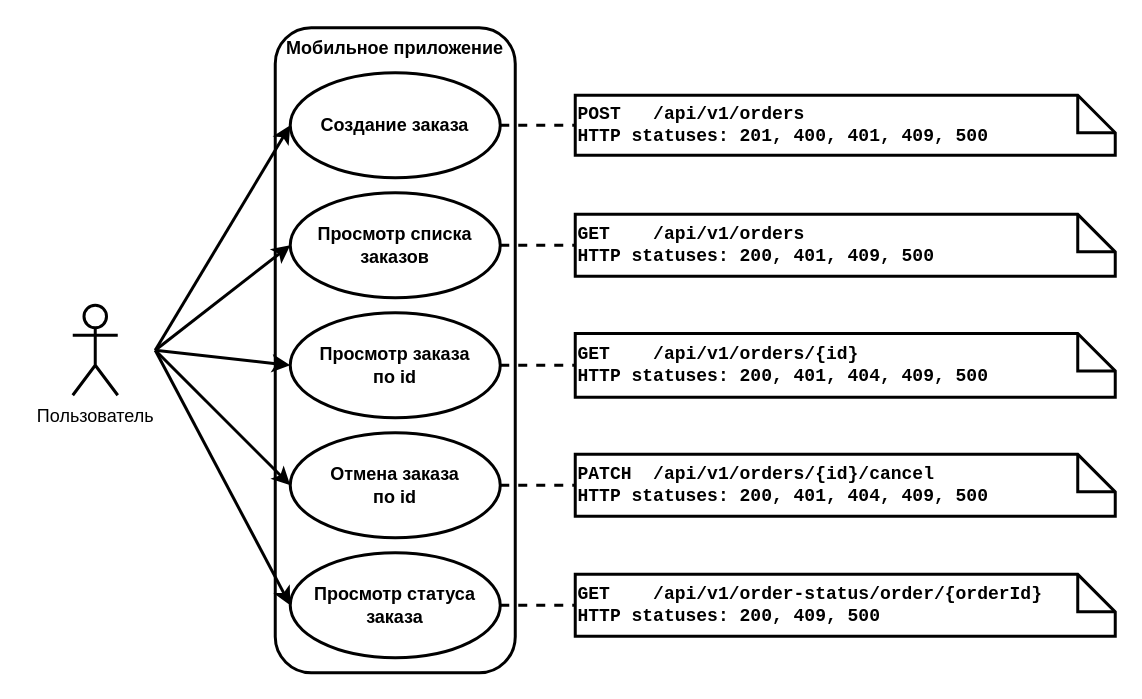
The draw.io diagram sources/images/UML/UML_precedent_order_items.drawio in Pavel-Innokentevich-Galanin/dp_report, before the edit. Source tidied: cells renumbered, new cells numbered last; positions are measured from the earlier drawing's top-left corner, leaving out a move shared by most shapes. Both pictures are drawn from the tidied source at 150%, with x=0, y=0 at pixel (34, 27).
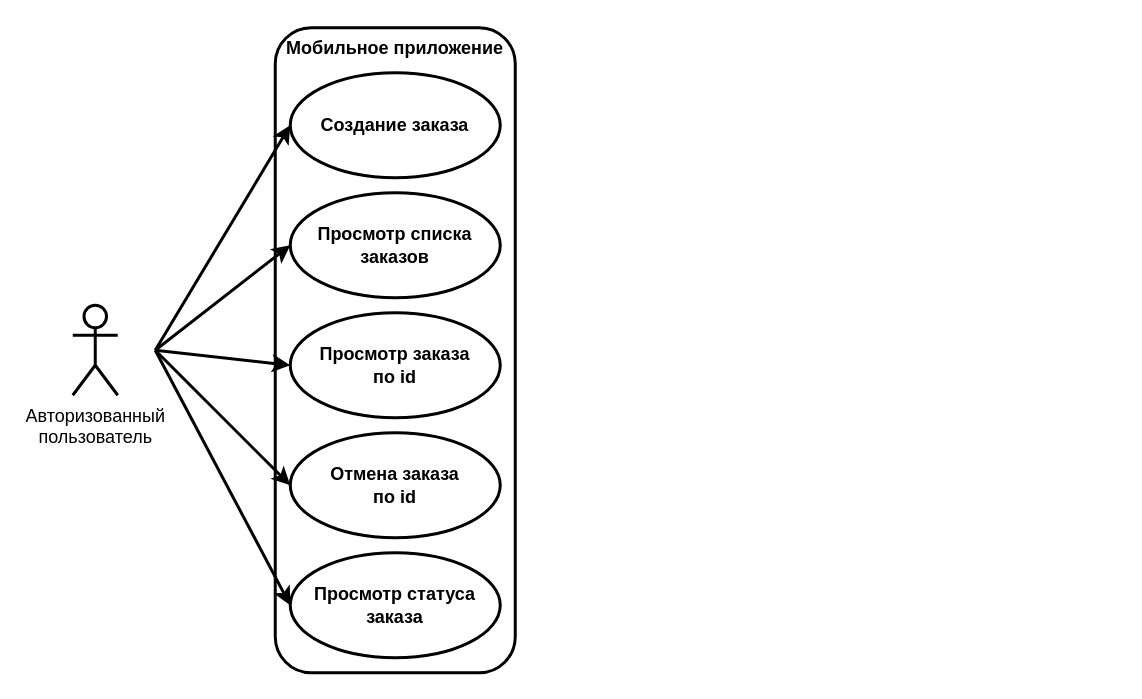
After the change.

Unchanged cells that the change refers to:
```xml
<mxCell id="6" value="Создание заказа" style="ellipse;whiteSpace=wrap;html=1;fontStyle=1;strokeWidth=2;" parent="1" vertex="1">
  <mxGeometry x="170" y="30" width="140" height="70" as="geometry" />
</mxCell>
<mxCell id="8" value="Просмотр списка заказов" style="ellipse;whiteSpace=wrap;html=1;fontStyle=1;strokeWidth=2;" parent="1" vertex="1">
  <mxGeometry x="170" y="110" width="140" height="70" as="geometry" />
</mxCell>
<mxCell id="10" value="Просмотр заказа&lt;br&gt;по id" style="ellipse;whiteSpace=wrap;html=1;fontStyle=1;strokeWidth=2;" parent="1" vertex="1">
  <mxGeometry x="170" y="190" width="140" height="70" as="geometry" />
</mxCell>
<mxCell id="12" value="Отмена заказа&lt;br&gt;по id" style="ellipse;whiteSpace=wrap;html=1;fontStyle=1;strokeWidth=2;" parent="1" vertex="1">
  <mxGeometry x="170" y="270" width="140" height="70" as="geometry" />
</mxCell>
<mxCell id="14" value="Просмотр статуса заказа" style="ellipse;whiteSpace=wrap;html=1;fontStyle=1;strokeWidth=2;" parent="1" vertex="1">
  <mxGeometry x="170" y="350" width="140" height="70" as="geometry" />
</mxCell>
```

The edit, as a diff of the source:
```diff
@@
-    <mxCell id="3" value="Пользователь" style="shape=umlActor;verticalLabelPosition=bottom;verticalAlign=top;html=1;strokeWidth=2;" parent="1" vertex="1">
+    <mxCell id="3" value="Авторизованный&lt;br&gt;пользователь" style="shape=umlActor;verticalLabelPosition=bottom;verticalAlign=top;html=1;strokeWidth=2;" parent="1" vertex="1">
       <mxGeometry x="25" y="185" width="30" height="60" as="geometry" />
     </mxCell>
@@
-    <mxCell id="5" style="rounded=0;jettySize=auto;html=1;exitX=1;exitY=0.5;exitDx=0;exitDy=0;entryX=0;entryY=0.5;entryDx=0;entryDy=0;entryPerimeter=0;dashed=1;strokeWidth=2;endArrow=none;endFill=0;" parent="1" edge="1" source="6" target="20">
-      <mxGeometry relative="1" as="geometry" />
-    </mxCell>
@@
-    <mxCell id="7" style="rounded=0;jettySize=auto;html=1;exitX=1;exitY=0.5;exitDx=0;exitDy=0;entryX=0;entryY=0.5;entryDx=0;entryDy=0;entryPerimeter=0;dashed=1;endArrow=none;endFill=0;strokeWidth=2;" parent="1" edge="1" source="8" target="21">
-      <mxGeometry relative="1" as="geometry" />
-    </mxCell>
@@
-    <mxCell id="9" style="rounded=0;jettySize=auto;html=1;exitX=1;exitY=0.5;exitDx=0;exitDy=0;entryX=0;entryY=0.5;entryDx=0;entryDy=0;entryPerimeter=0;dashed=1;strokeWidth=2;endArrow=none;endFill=0;" parent="1" edge="1" source="10" target="22">
-      <mxGeometry relative="1" as="geometry" />
-    </mxCell>
@@
-    <mxCell id="11" style="rounded=0;jettySize=auto;html=1;exitX=1;exitY=0.5;exitDx=0;exitDy=0;entryX=0;entryY=0.5;entryDx=0;entryDy=0;entryPerimeter=0;dashed=1;endArrow=none;endFill=0;strokeWidth=2;" parent="1" edge="1" source="12" target="23">
-      <mxGeometry relative="1" as="geometry" />
-    </mxCell>
@@
-    <mxCell id="13" style="rounded=0;jettySize=auto;html=1;exitX=1;exitY=0.5;exitDx=0;exitDy=0;dashed=1;strokeWidth=2;endArrow=none;endFill=0;" parent="1" edge="1" source="14" target="24">
-      <mxGeometry relative="1" as="geometry" />
-    </mxCell>
@@
-    <mxCell id="20" value="POST&amp;nbsp; &amp;nbsp;/api/v1/orders&lt;br&gt;HTTP statuses: 201, 400, 401, 409, 500" style="shape=note2;boundedLbl=1;whiteSpace=wrap;html=1;size=25;verticalAlign=middle;align=left;strokeWidth=2;fontStyle=1;fontFamily=Courier New;" parent="1" vertex="1">
-      <mxGeometry x="360" y="45" width="360" height="40" as="geometry" />
-    </mxCell>
-    <mxCell id="21" value="GET&amp;nbsp; &amp;nbsp; /api/v1/orders&lt;br&gt;HTTP statuses: 200, 401, 409, 500" style="shape=note2;boundedLbl=1;whiteSpace=wrap;html=1;size=25;verticalAlign=middle;align=left;strokeWidth=2;fontStyle=1;fontFamily=Courier New;" parent="1" vertex="1">
-      <mxGeometry x="360" y="124.4" width="360" height="41.2" as="geometry" />
-    </mxCell>
-    <mxCell id="22" value="GET&amp;nbsp; &amp;nbsp; /api/v1/orders/{id}&lt;br&gt;HTTP statuses: 200, 401, 404, 409, 500" style="shape=note2;boundedLbl=1;whiteSpace=wrap;html=1;size=25;verticalAlign=middle;align=left;strokeWidth=2;fontStyle=1;fontFamily=Courier New;" parent="1" vertex="1">
-      <mxGeometry x="360" y="203.8" width="360" height="42.5" as="geometry" />
-    </mxCell>
-    <mxCell id="23" value="PATCH&amp;nbsp; /api/v1/orders/{id}/cancel&lt;br&gt;HTTP statuses: 200, 401, 404, 409, 500" style="shape=note2;boundedLbl=1;whiteSpace=wrap;html=1;size=25;verticalAlign=middle;align=left;strokeWidth=2;fontStyle=1;fontFamily=Courier New;" parent="1" vertex="1">
-      <mxGeometry x="360" y="284.4" width="360" height="41.2" as="geometry" />
-    </mxCell>
-    <mxCell id="24" value="GET&amp;nbsp; &amp;nbsp; /api/v1/order-status/order/{orderId}&lt;br&gt;HTTP statuses: 200, 409, 500" style="shape=note2;boundedLbl=1;whiteSpace=wrap;html=1;size=25;verticalAlign=middle;align=left;strokeWidth=2;fontStyle=1;fontFamily=Courier New;" parent="1" vertex="1">
-      <mxGeometry x="360" y="364.4" width="360" height="41.2" as="geometry" />
-    </mxCell>
```
